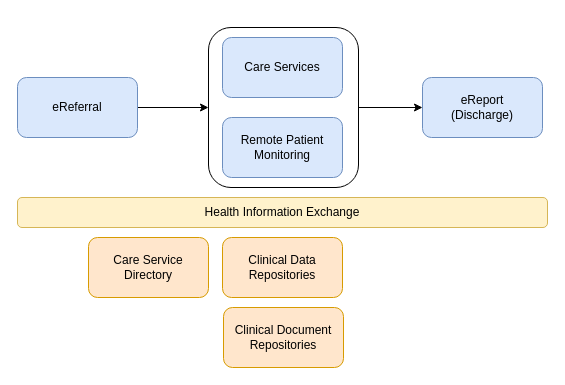
Before: Drawio/VHDomain.drawio in Virtually-Healthcare/virtually-healthcare.github.com, a draw.io diagram. Source tidied: cells renumbered, new cells numbered last; positions are measured from the earlier drawing's top-left corner, leaving out a move shared by most shapes. Both pictures are drawn from the tidied source at 100%, with x=0, y=0 at pixel (17, 27).
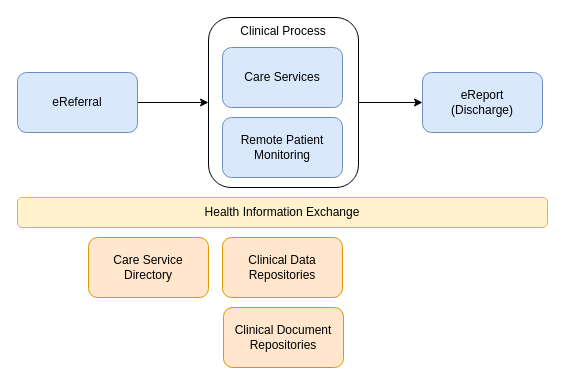
The same page after the edit.

Commit message (it also covers changes not shown here):
Overview domain

Diff of the diagram source:
```diff
@@
 <mxGraphModel>
   <root>
     <mxCell id="0" />
     <mxCell id="1" parent="0" />
-    <mxCell id="2" style="rounded=1;whiteSpace=wrap;html=1;" parent="1" vertex="1">
-      <mxGeometry x="191" width="150" height="160" as="geometry" />
+    <mxCell id="2" value="Clinical Process" style="rounded=1;whiteSpace=wrap;html=1;verticalAlign=top;" parent="1" vertex="1">
+      <mxGeometry x="191" y="-10" width="150" height="170" as="geometry" />
     </mxCell>
     <mxCell id="3" style="edgeStyle=orthogonalEdgeStyle;rounded=0;jettySize=auto;html=1;exitX=1;exitY=0.5;exitDx=0;exitDy=0;" parent="1" edge="1" source="2" target="5">
       <mxGeometry relative="1" as="geometry" />
     </mxCell>
     <mxCell id="4" value="Remote Patient Monitoring" style="rounded=1;whiteSpace=wrap;html=1;fillColor=#dae8fc;strokeColor=#6c8ebf;" parent="1" vertex="1">
       <mxGeometry x="205" y="90" width="120" height="60" as="geometry" />
     </mxCell>
     <mxCell id="5" value="eReport&lt;br&gt;(Discharge)" style="whiteSpace=wrap;html=1;fillColor=#dae8fc;strokeColor=#6c8ebf;rounded=1;" parent="1" vertex="1">
-      <mxGeometry x="405" y="50" width="120" height="60" as="geometry" />
+      <mxGeometry x="405" y="45" width="120" height="60" as="geometry" />
     </mxCell>
     <mxCell id="6" style="edgeStyle=orthogonalEdgeStyle;rounded=0;jettySize=auto;html=1;entryX=0;entryY=0.5;entryDx=0;entryDy=0;" parent="1" edge="1" source="7" target="2">
       <mxGeometry relative="1" as="geometry" />
     </mxCell>
     <mxCell id="7" value="eReferral" style="whiteSpace=wrap;html=1;fillColor=#dae8fc;strokeColor=#6c8ebf;rounded=1;" parent="1" vertex="1">
-      <mxGeometry y="50" width="120" height="60" as="geometry" />
+      <mxGeometry y="45" width="120" height="60" as="geometry" />
     </mxCell>
     <mxCell id="8" value="Health Information Exchange" style="rounded=1;whiteSpace=wrap;html=1;fillColor=#fff2cc;strokeColor=#d6b656;" parent="1" vertex="1">
       <mxGeometry y="170" width="530" height="30" as="geometry" />
     </mxCell>
     <mxCell id="9" value="Clinical Data Repositories" style="rounded=1;whiteSpace=wrap;html=1;fillColor=#ffe6cc;strokeColor=#d79b00;" parent="1" vertex="1">
       <mxGeometry x="205" y="210" width="120" height="60" as="geometry" />
     </mxCell>
     <mxCell id="10" value="Care Services" style="rounded=1;whiteSpace=wrap;html=1;fillColor=#dae8fc;strokeColor=#6c8ebf;" parent="1" vertex="1">
-      <mxGeometry x="205" y="10" width="120" height="60" as="geometry" />
+      <mxGeometry x="205" y="20" width="120" height="60" as="geometry" />
     </mxCell>
     <mxCell id="11" value="Clinical Document Repositories" style="rounded=1;whiteSpace=wrap;html=1;fillColor=#ffe6cc;strokeColor=#d79b00;" parent="1" vertex="1">
       <mxGeometry x="206" y="280" width="120" height="60" as="geometry" />
     </mxCell>
     <mxCell id="12" value="Care Service Directory" style="rounded=1;whiteSpace=wrap;html=1;fillColor=#ffe6cc;strokeColor=#d79b00;" parent="1" vertex="1">
       <mxGeometry x="71" y="210" width="120" height="60" as="geometry" />
     </mxCell>
   </root>
 </mxGraphModel>
```
